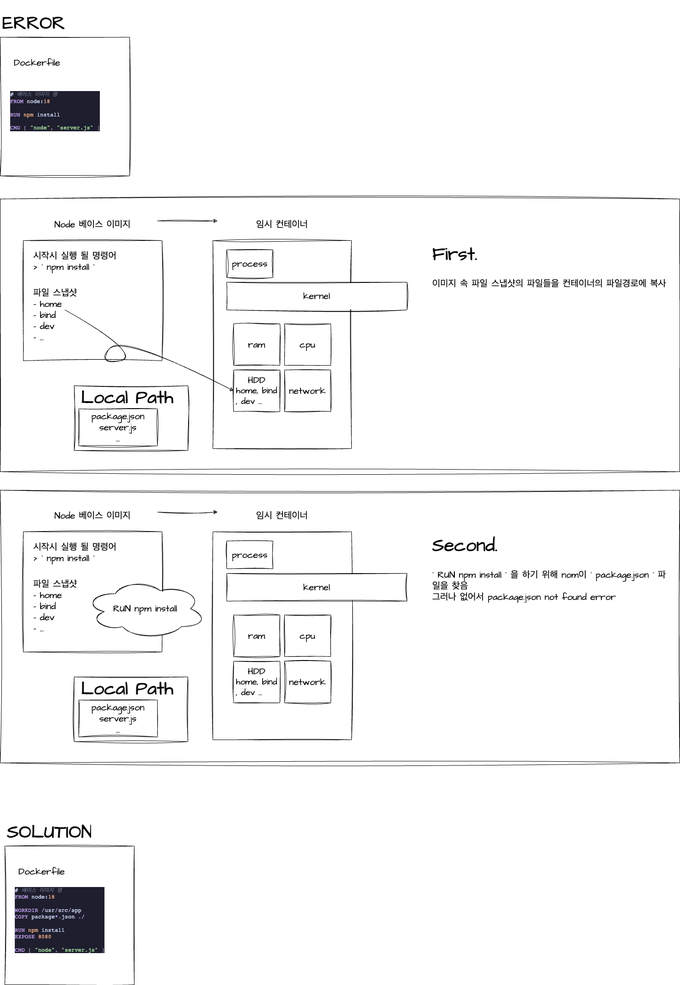
This is node-docker-app/nodejs.drawio.png from choomi1217/doker, a draw.io export, as it was before one commit. Source tidied: cells renumbered, new cells last; positions are measured from the earlier drawing's top-left corner, leaving out a move shared by most shapes.
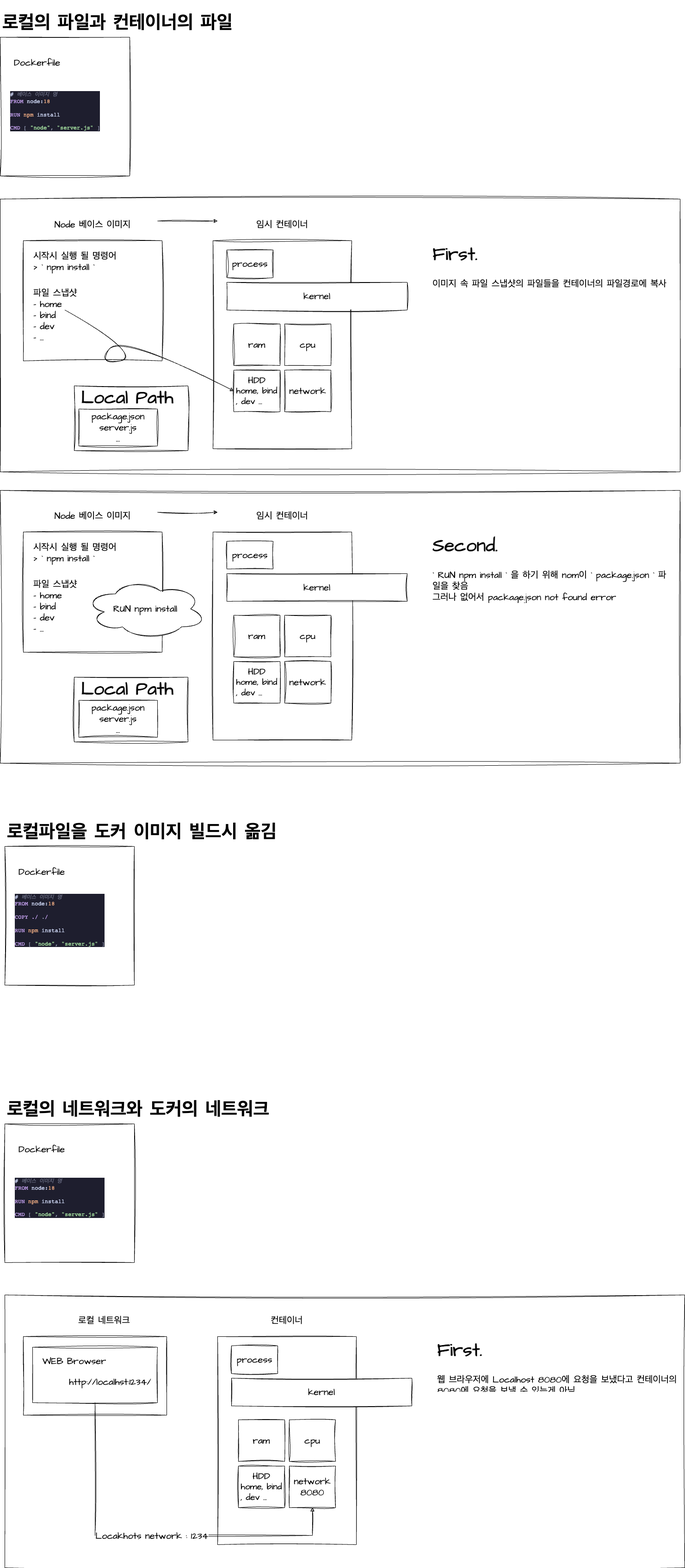
Later version of the same file.

The edit, as a diff of the source:
```diff
@@ -114,11 +114,11 @@
     <mxCell id="36" value="Dockerfile" style="text;html=1;strokeColor=none;fillColor=none;align=center;verticalAlign=middle;whiteSpace=wrap;rounded=0;fontSize=20;fontFamily=Architects Daughter;" parent="33" vertex="1">
       <mxGeometry x="50" y="40" width="60" height="30" as="geometry" />
     </mxCell>
-    <mxCell id="37" value="&lt;h1&gt;ERROR&lt;/h1&gt;" style="text;html=1;strokeColor=none;fillColor=none;spacing=5;spacingTop=-20;whiteSpace=wrap;overflow=hidden;rounded=0;fontSize=20;fontFamily=Architects Daughter;" parent="1" vertex="1">
-      <mxGeometry width="190" height="120" as="geometry" />
+    <mxCell id="37" value="&lt;h1&gt;로컬의 파일과 컨테이너의 파일&lt;/h1&gt;" style="text;html=1;strokeColor=none;fillColor=none;spacing=5;spacingTop=-20;whiteSpace=wrap;overflow=hidden;rounded=0;fontSize=20;fontFamily=Architects Daughter;" parent="1" vertex="1">
+      <mxGeometry width="520" height="120" as="geometry" />
     </mxCell>
-    <mxCell id="38" value="&lt;h1&gt;SOLUTION&lt;/h1&gt;" style="text;html=1;strokeColor=none;fillColor=none;spacing=5;spacingTop=-20;whiteSpace=wrap;overflow=hidden;rounded=0;fontSize=20;fontFamily=Architects Daughter;" parent="1" vertex="1">
-      <mxGeometry x="10" y="1750" width="190" height="120" as="geometry" />
+    <mxCell id="38" value="&lt;h1&gt;로컬파일을 도커 이미지 빌드시 옮김&lt;/h1&gt;" style="text;html=1;strokeColor=none;fillColor=none;spacing=5;spacingTop=-20;whiteSpace=wrap;overflow=hidden;rounded=0;fontSize=20;fontFamily=Architects Daughter;" parent="1" vertex="1">
+      <mxGeometry x="10" y="1750" width="670" height="120" as="geometry" />
     </mxCell>
     <mxCell id="39" style="group;" parent="1" vertex="1">
       <mxGeometry x="10" y="1820" width="280" height="300" as="geometry" />
@@ -126,7 +126,7 @@
     <mxCell id="40" style="rounded=0;whiteSpace=wrap;html=1;sketch=1;hachureGap=4;jiggle=2;curveFitting=1;fontFamily=Architects Daughter;fontSource=https%3A%2F%2Ffonts.googleapis.com%2Fcss%3Ffamily%3DArchitects%2BDaughter;fontSize=20;" parent="39" vertex="1">
       <mxGeometry width="280" height="300" as="geometry" />
     </mxCell>
-    <mxCell id="41" value="&lt;div style=&quot;background-color: rgb(30, 30, 46); color: rgb(205, 214, 244); font-family: &amp;quot;JetBrains Mono&amp;quot;, monospace; font-size: 9pt;&quot;&gt;&lt;div style=&quot;font-size: 9pt;&quot;&gt;# &lt;span style=&quot;color:#6c7086;font-style:italic;font-family:'Menlo-Regular',monospace;&quot;&gt;베이스 이미지 명&lt;br&gt;&lt;/span&gt;&lt;span style=&quot;color:#cba6f7;&quot;&gt;FROM &lt;/span&gt;node:&lt;span style=&quot;color:#fab387;&quot;&gt;18&lt;br&gt;&lt;/span&gt;&lt;span style=&quot;color:#fab387;&quot;&gt;&lt;br&gt;&lt;/span&gt;&lt;span style=&quot;color:#cba6f7;&quot;&gt;WORKDIR /&lt;/span&gt;usr&lt;span style=&quot;color:#cba6f7;&quot;&gt;/&lt;/span&gt;src&lt;span style=&quot;color:#cba6f7;&quot;&gt;/&lt;/span&gt;app&lt;br&gt;&lt;span style=&quot;color:#cba6f7;&quot;&gt;COPY &lt;/span&gt;package&lt;span style=&quot;color:#cba6f7;&quot;&gt;*&lt;/span&gt;&lt;span style=&quot;color:#9399b2;&quot;&gt;.&lt;/span&gt;json &lt;span style=&quot;color:#9399b2;&quot;&gt;.&lt;/span&gt;&lt;span style=&quot;color:#cba6f7;&quot;&gt;/&lt;br&gt;&lt;/span&gt;&lt;span style=&quot;color:#cba6f7;&quot;&gt;&lt;br&gt;&lt;/span&gt;&lt;span style=&quot;color:#cba6f7;&quot;&gt;RUN &lt;/span&gt;&lt;span style=&quot;color:#fab387;&quot;&gt;npm &lt;/span&gt;install&lt;br&gt;&lt;span style=&quot;color:#cba6f7;&quot;&gt;EXPOSE &lt;/span&gt;&lt;span style=&quot;color:#fab387;&quot;&gt;8080&lt;br&gt;&lt;/span&gt;&lt;span style=&quot;color:#fab387;&quot;&gt;&lt;br&gt;&lt;/span&gt;&lt;span style=&quot;color:#cba6f7;&quot;&gt;CMD &lt;/span&gt;&lt;span style=&quot;color:#9399b2;&quot;&gt;[ &lt;/span&gt;&lt;span style=&quot;color:#a6e3a1;&quot;&gt;&quot;node&quot;&lt;/span&gt;&lt;span style=&quot;color:#9399b2;&quot;&gt;, &lt;/span&gt;&lt;span style=&quot;color:#a6e3a1;&quot;&gt;&quot;server.js&quot; &lt;/span&gt;&lt;span style=&quot;color:#9399b2;&quot;&gt;]&lt;br&gt;&lt;/span&gt;&lt;/div&gt;&lt;/div&gt;" style="text;html=1;strokeColor=none;fillColor=none;align=left;verticalAlign=middle;whiteSpace=wrap;rounded=0;fontSize=20;fontFamily=Architects Daughter;" parent="39" vertex="1">
+    <mxCell id="41" value="&lt;div style=&quot;background-color: rgb(30, 30, 46); color: rgb(205, 214, 244); font-family: &amp;quot;JetBrains Mono&amp;quot;, monospace; font-size: 9pt;&quot;&gt;&lt;div style=&quot;font-size: 9pt;&quot;&gt;# &lt;span style=&quot;color:#6c7086;font-style:italic;font-family:'Menlo-Regular',monospace;&quot;&gt;베이스 이미지 명&lt;br&gt;&lt;/span&gt;&lt;span style=&quot;color:#cba6f7;&quot;&gt;FROM &lt;/span&gt;node:&lt;span style=&quot;color:#fab387;&quot;&gt;18&lt;br&gt;&lt;/span&gt;&lt;br&gt;&lt;span style=&quot;color:#cba6f7;&quot;&gt;COPY ./&lt;/span&gt;&amp;nbsp;&lt;span style=&quot;color:#9399b2;&quot;&gt;.&lt;/span&gt;&lt;span style=&quot;color:#cba6f7;&quot;&gt;/&lt;br&gt;&lt;/span&gt;&lt;span style=&quot;color:#cba6f7;&quot;&gt;&lt;br&gt;&lt;/span&gt;&lt;span style=&quot;color:#cba6f7;&quot;&gt;RUN &lt;/span&gt;&lt;span style=&quot;color:#fab387;&quot;&gt;npm &lt;/span&gt;install&amp;nbsp;&lt;span style=&quot;color:#fab387;&quot;&gt;&lt;br&gt;&lt;/span&gt;&lt;span style=&quot;color:#fab387;&quot;&gt;&lt;br&gt;&lt;/span&gt;&lt;span style=&quot;color:#cba6f7;&quot;&gt;CMD &lt;/span&gt;&lt;span style=&quot;color:#9399b2;&quot;&gt;[ &lt;/span&gt;&lt;span style=&quot;color:#a6e3a1;&quot;&gt;&quot;node&quot;&lt;/span&gt;&lt;span style=&quot;color:#9399b2;&quot;&gt;, &lt;/span&gt;&lt;span style=&quot;color:#a6e3a1;&quot;&gt;&quot;server.js&quot; &lt;/span&gt;&lt;span style=&quot;color:#9399b2;&quot;&gt;]&lt;br&gt;&lt;/span&gt;&lt;/div&gt;&lt;/div&gt;" style="text;html=1;strokeColor=none;fillColor=none;align=left;verticalAlign=middle;whiteSpace=wrap;rounded=0;fontSize=20;fontFamily=Architects Daughter;" parent="39" vertex="1">
       <mxGeometry x="20" y="50" width="200" height="220" as="geometry" />
     </mxCell>
     <mxCell id="42" value="Dockerfile" style="text;html=1;strokeColor=none;fillColor=none;align=center;verticalAlign=middle;whiteSpace=wrap;rounded=0;fontSize=20;fontFamily=Architects Daughter;" parent="39" vertex="1">
@@ -159,5 +159,76 @@
     <mxCell id="51" value="RUN npm install" style="ellipse;shape=cloud;whiteSpace=wrap;html=1;sketch=1;hachureGap=4;jiggle=2;curveFitting=1;fontFamily=Architects Daughter;fontSource=https%3A%2F%2Ffonts.googleapis.com%2Fcss%3Ffamily%3DArchitects%2BDaughter;fontSize=20;" parent="1" vertex="1">
       <mxGeometry x="184" y="1241.5" width="260" height="129.5" as="geometry" />
     </mxCell>
+    <mxCell id="52" style="group;" parent="1" vertex="1">
+      <mxGeometry x="10" y="2420" width="280" height="300" as="geometry" />
+    </mxCell>
+    <mxCell id="53" style="rounded=0;whiteSpace=wrap;html=1;sketch=1;hachureGap=4;jiggle=2;curveFitting=1;fontFamily=Architects Daughter;fontSource=https%3A%2F%2Ffonts.googleapis.com%2Fcss%3Ffamily%3DArchitects%2BDaughter;fontSize=20;" parent="52" vertex="1">
+      <mxGeometry width="280" height="300" as="geometry" />
+    </mxCell>
+    <mxCell id="54" value="&lt;div style=&quot;background-color: rgb(30, 30, 46); color: rgb(205, 214, 244); font-family: &amp;quot;JetBrains Mono&amp;quot;, monospace; font-size: 9pt;&quot;&gt;# &lt;span style=&quot;color:#6c7086;font-style:italic;font-family:'Menlo-Regular',monospace;&quot;&gt;베이스 이미지 명&lt;br&gt;&lt;/span&gt;&lt;span style=&quot;color:#cba6f7;&quot;&gt;FROM &lt;/span&gt;node:&lt;span style=&quot;color:#fab387;&quot;&gt;18&lt;br&gt;&lt;/span&gt;&lt;span style=&quot;color:#cba6f7;&quot;&gt;&lt;br&gt;&lt;/span&gt;&lt;span style=&quot;color:#cba6f7;&quot;&gt;RUN &lt;/span&gt;&lt;span style=&quot;color:#fab387;&quot;&gt;npm &lt;/span&gt;install&lt;span style=&quot;color:#fab387;&quot;&gt;&lt;br&gt;&lt;/span&gt;&lt;span style=&quot;color:#fab387;&quot;&gt;&lt;br&gt;&lt;/span&gt;&lt;span style=&quot;color:#cba6f7;&quot;&gt;CMD &lt;/span&gt;&lt;span style=&quot;color:#9399b2;&quot;&gt;[ &lt;/span&gt;&lt;span style=&quot;color:#a6e3a1;&quot;&gt;&quot;node&quot;&lt;/span&gt;&lt;span style=&quot;color:#9399b2;&quot;&gt;, &lt;/span&gt;&lt;span style=&quot;color:#a6e3a1;&quot;&gt;&quot;server.js&quot; &lt;/span&gt;&lt;span style=&quot;color:#9399b2;&quot;&gt;]&lt;br&gt;&lt;/span&gt;&lt;/div&gt;" style="text;html=1;strokeColor=none;fillColor=none;align=left;verticalAlign=middle;whiteSpace=wrap;rounded=0;fontSize=20;fontFamily=Architects Daughter;" parent="52" vertex="1">
+      <mxGeometry x="20" y="50" width="200" height="220" as="geometry" />
+    </mxCell>
+    <mxCell id="55" value="Dockerfile" style="text;html=1;strokeColor=none;fillColor=none;align=center;verticalAlign=middle;whiteSpace=wrap;rounded=0;fontSize=20;fontFamily=Architects Daughter;" parent="52" vertex="1">
+      <mxGeometry x="50" y="40" width="60" height="30" as="geometry" />
+    </mxCell>
+    <mxCell id="56" value="&lt;h1&gt;로컬의 네트워크와 도커의 네트워크&lt;/h1&gt;" style="text;html=1;strokeColor=none;fillColor=none;spacing=5;spacingTop=-20;whiteSpace=wrap;overflow=hidden;rounded=0;fontSize=20;fontFamily=Architects Daughter;" parent="1" vertex="1">
+      <mxGeometry x="10" y="2350" width="600" height="120" as="geometry" />
+    </mxCell>
+    <mxCell id="57" style="rounded=0;whiteSpace=wrap;html=1;sketch=1;hachureGap=4;jiggle=2;curveFitting=1;fontFamily=Architects Daughter;fontSource=https%3A%2F%2Ffonts.googleapis.com%2Fcss%3Ffamily%3DArchitects%2BDaughter;fontSize=20;" parent="1" vertex="1">
+      <mxGeometry x="10" y="2790" width="1470" height="590" as="geometry" />
+    </mxCell>
+    <mxCell id="58" style="rounded=0;whiteSpace=wrap;html=1;sketch=1;hachureGap=4;jiggle=2;curveFitting=1;fontFamily=Architects Daughter;fontSource=https%3A%2F%2Ffonts.googleapis.com%2Fcss%3Ffamily%3DArchitects%2BDaughter;fontSize=20;" parent="1" vertex="1">
+      <mxGeometry x="470" y="2880" width="300" height="450" as="geometry" />
+    </mxCell>
+    <mxCell id="59" value="컨테이너" style="text;html=1;strokeColor=none;fillColor=none;align=center;verticalAlign=middle;whiteSpace=wrap;rounded=0;fontSize=20;fontFamily=Architects Daughter;" parent="1" vertex="1">
+      <mxGeometry x="480" y="2830" width="280" height="30" as="geometry" />
+    </mxCell>
+    <mxCell id="60" value="process" style="rounded=0;whiteSpace=wrap;html=1;sketch=1;hachureGap=4;jiggle=2;curveFitting=1;fontFamily=Architects Daughter;fontSource=https%3A%2F%2Ffonts.googleapis.com%2Fcss%3Ffamily%3DArchitects%2BDaughter;fontSize=20;" parent="1" vertex="1">
+      <mxGeometry x="500" y="2900" width="100" height="60" as="geometry" />
+    </mxCell>
+    <mxCell id="61" value="kernel" style="rounded=0;whiteSpace=wrap;html=1;sketch=1;hachureGap=4;jiggle=2;curveFitting=1;fontFamily=Architects Daughter;fontSource=https%3A%2F%2Ffonts.googleapis.com%2Fcss%3Ffamily%3DArchitects%2BDaughter;fontSize=20;" parent="1" vertex="1">
+      <mxGeometry x="500" y="2970" width="390" height="60" as="geometry" />
+    </mxCell>
+    <mxCell id="62" value="ram" style="rounded=0;whiteSpace=wrap;html=1;sketch=1;hachureGap=4;jiggle=2;curveFitting=1;fontFamily=Architects Daughter;fontSource=https%3A%2F%2Ffonts.googleapis.com%2Fcss%3Ffamily%3DArchitects%2BDaughter;fontSize=20;" parent="1" vertex="1">
+      <mxGeometry x="515" y="3060" width="100" height="90" as="geometry" />
+    </mxCell>
+    <mxCell id="63" value="cpu" style="rounded=0;whiteSpace=wrap;html=1;sketch=1;hachureGap=4;jiggle=2;curveFitting=1;fontFamily=Architects Daughter;fontSource=https%3A%2F%2Ffonts.googleapis.com%2Fcss%3Ffamily%3DArchitects%2BDaughter;fontSize=20;" parent="1" vertex="1">
+      <mxGeometry x="625" y="3060" width="100" height="90" as="geometry" />
+    </mxCell>
+    <mxCell id="64" value="HDD&lt;br style=&quot;text-align: left;&quot;&gt;&lt;div style=&quot;text-align: left; font-size: 19px;&quot;&gt;&lt;font style=&quot;font-size: 19px;&quot;&gt;&lt;span style=&quot;background-color: initial;&quot;&gt;home,&amp;nbsp;&lt;/span&gt;&lt;span style=&quot;background-color: initial;&quot;&gt;bind&lt;/span&gt;&lt;/font&gt;&lt;/div&gt;&lt;font style=&quot;font-size: 19px;&quot;&gt;&lt;div style=&quot;text-align: left;&quot;&gt;&lt;span style=&quot;background-color: initial;&quot;&gt;,&amp;nbsp;&lt;/span&gt;&lt;span style=&quot;background-color: initial;&quot;&gt;dev ...&lt;/span&gt;&lt;/div&gt;&lt;/font&gt;" style="rounded=0;whiteSpace=wrap;html=1;sketch=1;hachureGap=4;jiggle=2;curveFitting=1;fontFamily=Architects Daughter;fontSource=https%3A%2F%2Ffonts.googleapis.com%2Fcss%3Ffamily%3DArchitects%2BDaughter;fontSize=20;" parent="1" vertex="1">
+      <mxGeometry x="515" y="3160" width="100" height="90" as="geometry" />
+    </mxCell>
+    <mxCell id="65" value="network&lt;br&gt;8080" style="rounded=0;whiteSpace=wrap;html=1;sketch=1;hachureGap=4;jiggle=2;curveFitting=1;fontFamily=Architects Daughter;fontSource=https%3A%2F%2Ffonts.googleapis.com%2Fcss%3Ffamily%3DArchitects%2BDaughter;fontSize=20;" parent="1" vertex="1">
+      <mxGeometry x="625" y="3160" width="100" height="90" as="geometry" />
+    </mxCell>
+    <mxCell id="66" value="&lt;h1&gt;First.&lt;/h1&gt;&lt;div&gt;웹 브라우저에 Localhost 8080에 요청을 보냈다고 컨테이너의 8080에 요청을 보낼 수 있는게 아님&lt;/div&gt;" style="text;html=1;strokeColor=none;fillColor=none;spacing=5;spacingTop=-20;whiteSpace=wrap;overflow=hidden;rounded=0;fontSize=20;fontFamily=Architects Daughter;" parent="1" vertex="1">
+      <mxGeometry x="940" y="2870" width="530" height="130" as="geometry" />
+    </mxCell>
+    <mxCell id="67" style="rounded=0;whiteSpace=wrap;html=1;sketch=1;hachureGap=4;jiggle=2;curveFitting=1;fontFamily=Architects Daughter;fontSource=https%3A%2F%2Ffonts.googleapis.com%2Fcss%3Ffamily%3DArchitects%2BDaughter;fontSize=20;" parent="1" vertex="1">
+      <mxGeometry x="50" y="2880" width="310" height="170" as="geometry" />
+    </mxCell>
+    <mxCell id="68" value="로컬 네트워크" style="text;html=1;strokeColor=none;fillColor=none;align=center;verticalAlign=middle;whiteSpace=wrap;rounded=0;fontSize=20;fontFamily=Architects Daughter;" parent="1" vertex="1">
+      <mxGeometry x="85" y="2830" width="280" height="30" as="geometry" />
+    </mxCell>
+    <mxCell id="69" style="rounded=0;whiteSpace=wrap;html=1;sketch=1;hachureGap=4;jiggle=2;curveFitting=1;fontFamily=Architects Daughter;fontSource=https%3A%2F%2Ffonts.googleapis.com%2Fcss%3Ffamily%3DArchitects%2BDaughter;fontSize=20;" parent="1" vertex="1">
+      <mxGeometry x="70" y="2903" width="270" height="120" as="geometry" />
+    </mxCell>
+    <mxCell id="70" value="http://localhst:1234/" style="text;html=1;strokeColor=none;fillColor=none;align=center;verticalAlign=middle;whiteSpace=wrap;rounded=0;fontSize=20;fontFamily=Architects Daughter;" parent="1" vertex="1">
+      <mxGeometry x="112.5" y="2963" width="250" height="30" as="geometry" />
+    </mxCell>
+    <mxCell id="71" value="WEB Browser" style="text;html=1;strokeColor=none;fillColor=none;align=center;verticalAlign=middle;whiteSpace=wrap;rounded=0;fontSize=20;fontFamily=Architects Daughter;" parent="1" vertex="1">
+      <mxGeometry x="72.5" y="2913" width="175" height="40" as="geometry" />
+    </mxCell>
+    <mxCell id="72" style="endArrow=classic;html=1;rounded=0;sketch=1;hachureGap=4;jiggle=2;curveFitting=1;fontFamily=Architects Daughter;fontSource=https%3A%2F%2Ffonts.googleapis.com%2Fcss%3Ffamily%3DArchitects%2BDaughter;fontSize=16;exitX=0.5;exitY=1;exitDx=0;exitDy=0;entryX=0.5;entryY=1;entryDx=0;entryDy=0;" parent="1" edge="1" source="69" target="65">
+      <mxGeometry relative="1" as="geometry">
+        <Array as="points">
+          <mxPoint x="205" y="3310" />
+          <mxPoint x="675" y="3310" />
+        </Array>
+      </mxGeometry>
+    </mxCell>
+    <mxCell id="73" value="Locakhots network : 1234" style="edgeLabel;html=1;align=center;verticalAlign=middle;sketch=1;hachureGap=4;jiggle=2;curveFitting=1;fontFamily=Architects Daughter;fontSource=https%3A%2F%2Ffonts.googleapis.com%2Fcss%3Ffamily%3DArchitects%2BDaughter;fontSize=20;" parent="72" vertex="1">
+      <mxGeometry relative="1" as="geometry" />
+    </mxCell>
   </root>
 </mxGraphModel>
```
